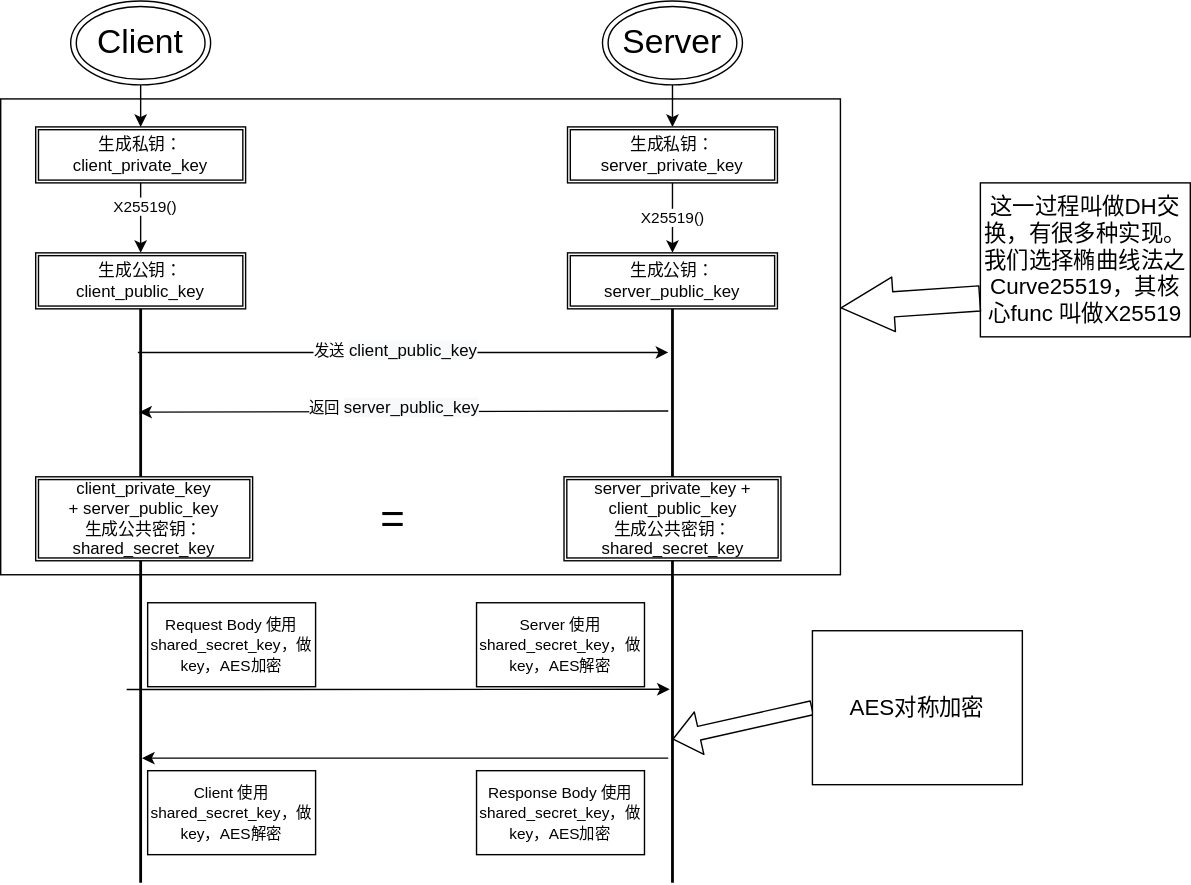
This is encryption.svg from zhuzhengyang/svg, a draw.io export, as it was before one commit. Source tidied: cells renumbered, new cells last; positions are measured from the earlier drawing's top-left corner, leaving out a move shared by most shapes.
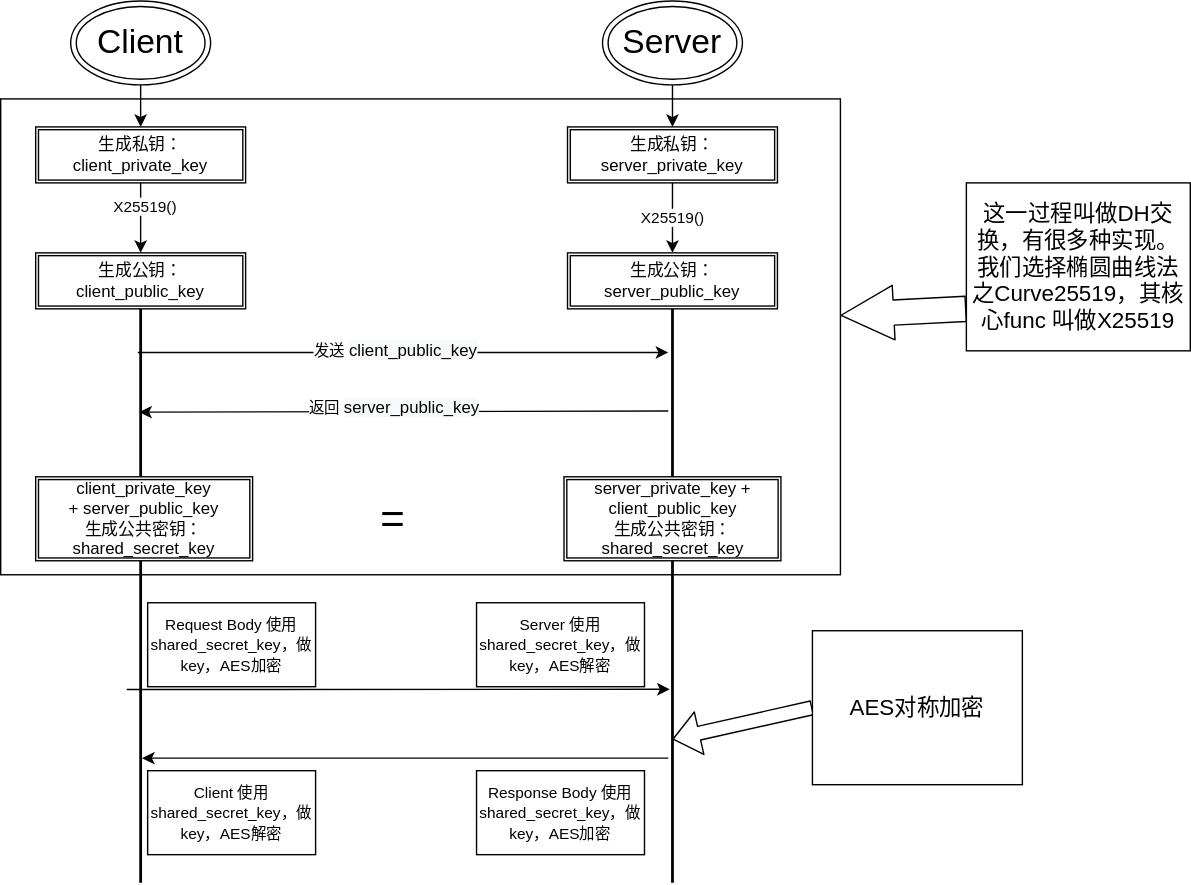
Later version of the same file.

Change to the diagram source:
```diff
@@ -69,8 +69,8 @@
     <mxCell id="22" style="rounded=0;whiteSpace=wrap;html=1;shadow=0;fillOpacity=1;strokeOpacity=100;" parent="1" vertex="1">
       <mxGeometry y="70" width="600" height="340" as="geometry" />
     </mxCell>
-    <mxCell id="23" value="&lt;font style=&quot;font-size: 16px&quot;&gt;这一过程叫做DH交换，有很多种实现。&lt;br&gt;我们选择椭曲线法之Curve25519，其核心func 叫做X25519&lt;/font&gt;" style="rounded=0;whiteSpace=wrap;html=1;shadow=0;" parent="1" vertex="1">
-      <mxGeometry x="700" y="130" width="150" height="110" as="geometry" />
+    <mxCell id="23" value="&lt;font style=&quot;font-size: 16px&quot;&gt;这一过程叫做DH交换，有很多种实现。&lt;br&gt;我们选择椭圆曲线法之Curve25519，其核心func 叫做X25519&lt;/font&gt;" style="rounded=0;whiteSpace=wrap;html=1;shadow=0;" parent="1" vertex="1">
+      <mxGeometry x="690" y="130" width="160" height="120" as="geometry" />
     </mxCell>
     <mxCell id="24" style="shape=flexArrow;endArrow=classic;html=1;width=18;endSize=12.19;exitX=0;exitY=0.75;exitDx=0;exitDy=0;" parent="1" edge="1" source="23" target="22">
       <mxGeometry relative="1" as="geometry" />
```
